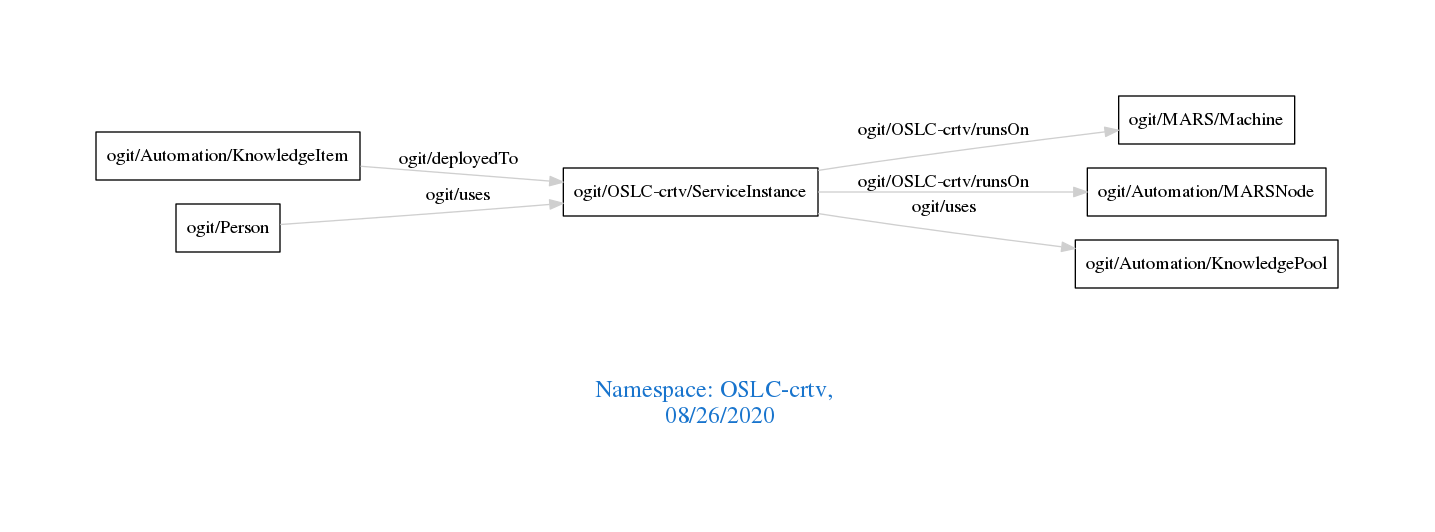
This is downloads/OSLC-crtv.png from arago/OGIT, a Graphviz export, as it was before one commit. Its source is kept beside it as downloads/OSLC-crtv.dot.
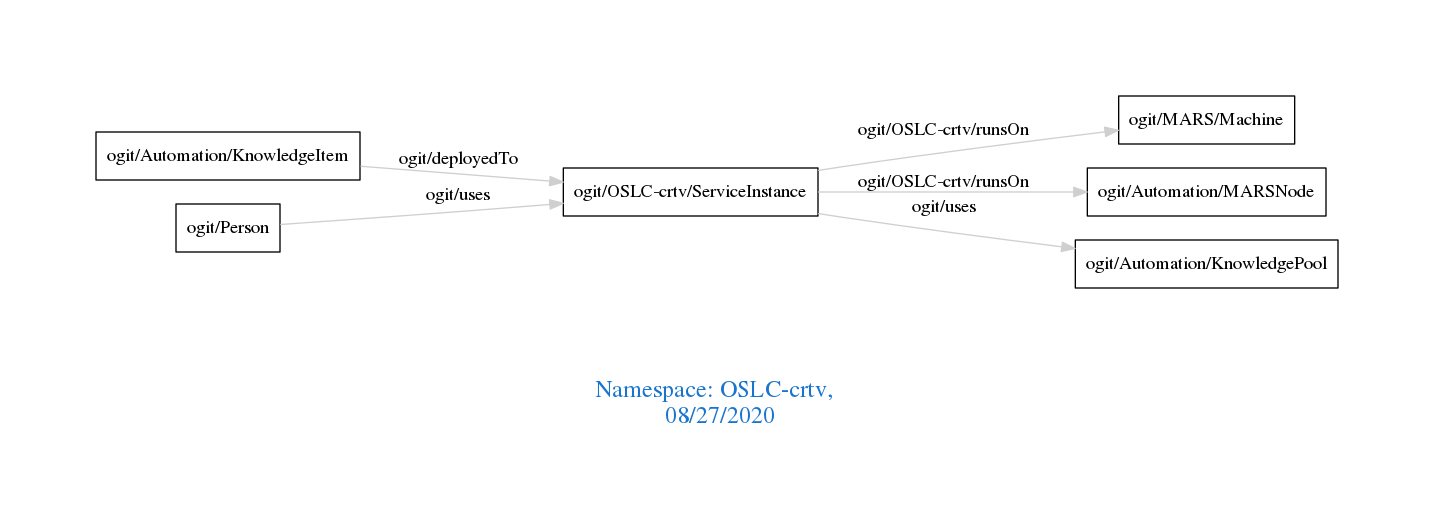
The same file after the commit.

The edit, as a diff of the source:
```diff
@@ -1,7 +1,7 @@
 digraph OGIT_ontology {
  graph [ rankdir= LR,pad=1
 fontsize = 18,
-fontcolor= dodgerblue3,label = "\n\n\nNamespace: OSLC-crtv, \n 08/26/2020"];
+fontcolor= dodgerblue3,label = "\n\n\nNamespace: OSLC-crtv, \n 08/27/2020"];
 node[shape=polygon];
 edge [  color="gray81"];
 
```
